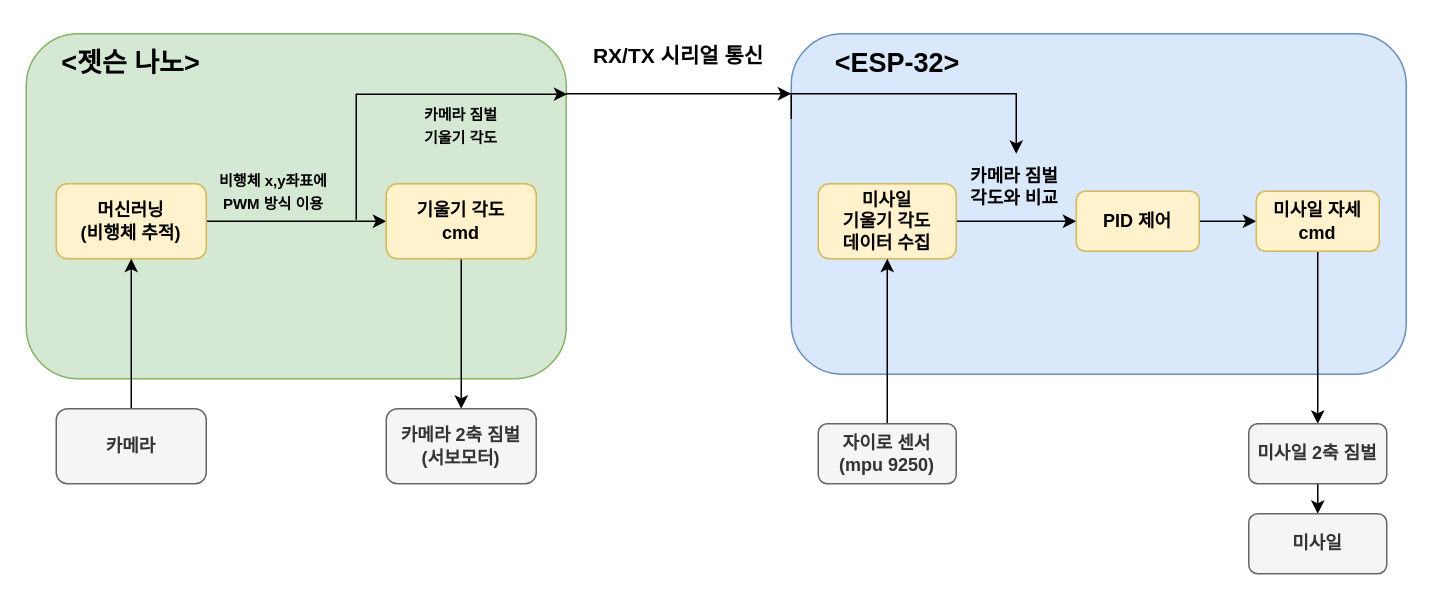
Above: 제목 없는 다이어그램.drawio in sonmyungwon/Software-Development (draw.io), before the change. Source tidied: cells renumbered, new cells numbered last; positions are measured from the earlier drawing's top-left corner, leaving out a move shared by most shapes. Both pictures are drawn from the tidied source at 150%, with x=0, y=0 at pixel (26, 26).
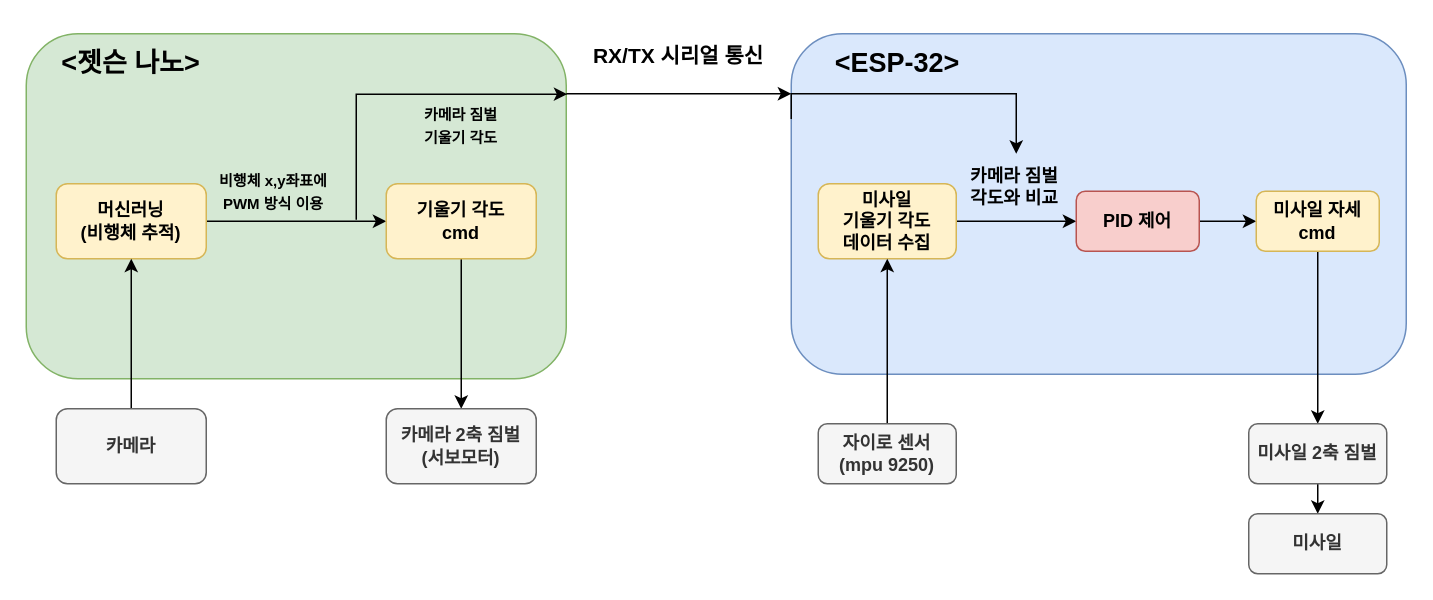
The same page after the edit.

Commit message:
제목 없는 다이어그램.drawio 업데이트

Diff of the diagram source:
```diff
@@
-    <mxCell id="19" value="PID 제어" style="rounded=1;whiteSpace=wrap;html=1;fillColor=#fff2cc;strokeColor=#d6b656;fontStyle=1;" parent="1" vertex="1">
+    <mxCell id="19" value="PID 제어" style="rounded=1;whiteSpace=wrap;html=1;fillColor=#f8cecc;strokeColor=#b85450;fontStyle=1;" parent="1" vertex="1">
       <mxGeometry x="700" y="110" width="82" height="40" as="geometry" />
     </mxCell>
```
